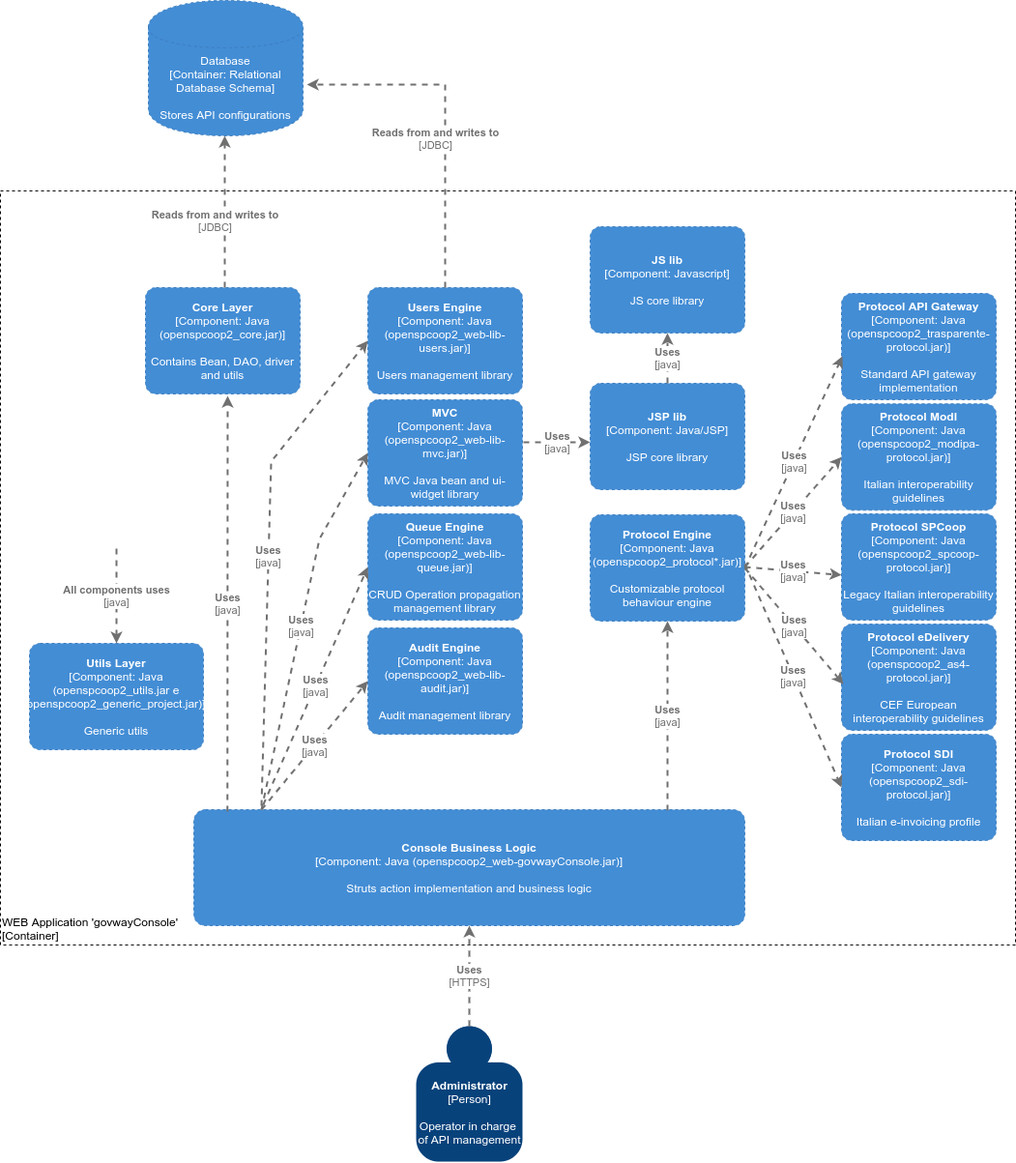
The draw.io diagram resources/doc/src/c4_architecture/img/c4_architecture-L3-govwayConsole.png in link-it/govway, before a commit. Source tidied: cells renumbered, new cells last; positions are measured from the earlier drawing's top-left corner, leaving out a move shared by most shapes.
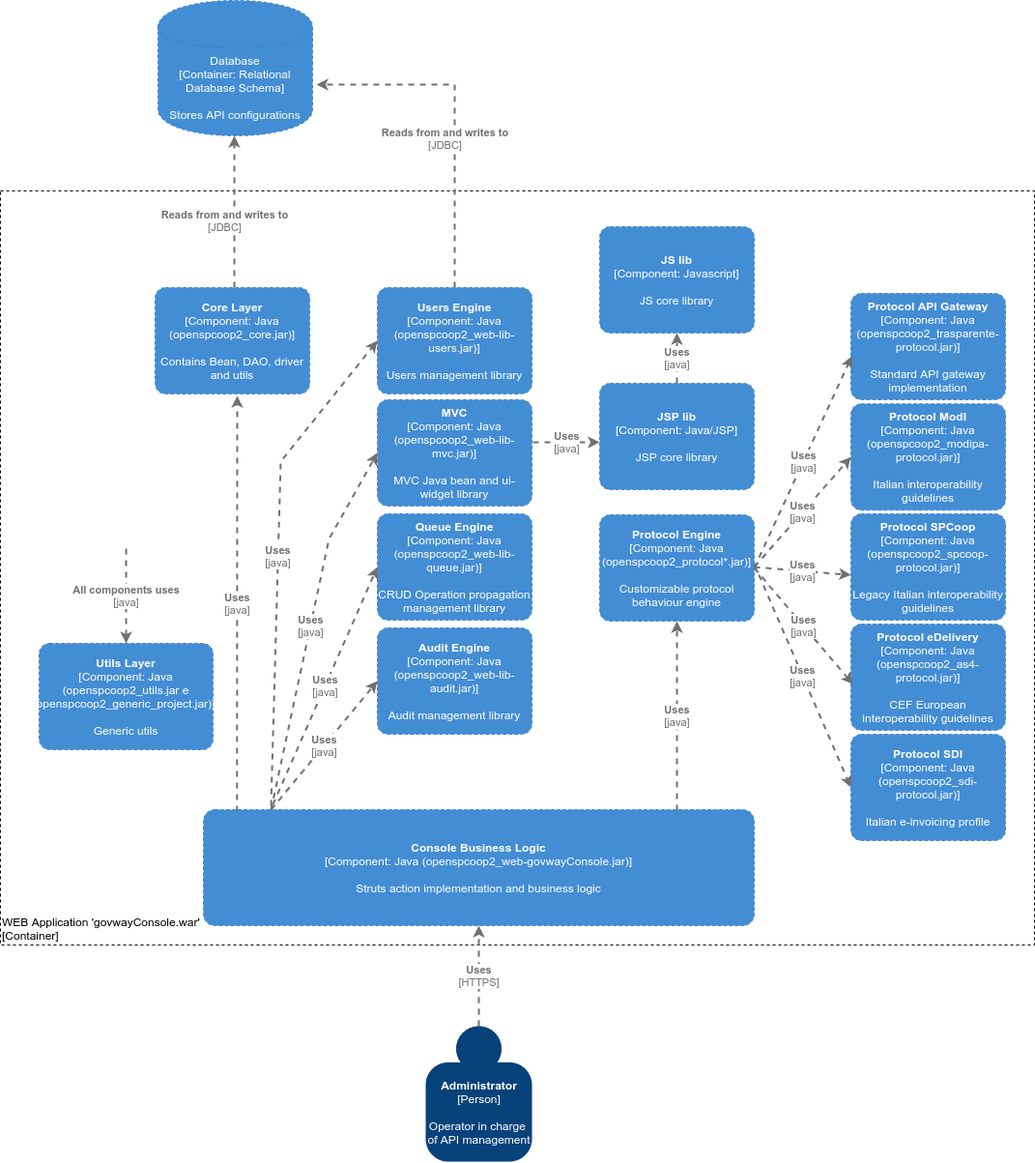
The same diagram one commit later.

The edit, as a diff of the source:
```diff
@@ -2,9 +2,9 @@
   <root>
     <mxCell id="0" />
     <mxCell id="1" parent="0" />
-    <object id="2" label="&lt;div style=&quot;text-align: left&quot;&gt;%c4Name%&lt;/div&gt;&lt;div style=&quot;text-align: left&quot;&gt;[%c4Application%]&lt;/div&gt;" c4Application="Container" c4Name="WEB Application 'govwayConsole'" c4Type="ExecutionEnvironment" placeholders="1">
+    <object id="2" label="&lt;div style=&quot;text-align: left&quot;&gt;%c4Name%&lt;/div&gt;&lt;div style=&quot;text-align: left&quot;&gt;[%c4Application%]&lt;/div&gt;" c4Application="Container" c4Name="WEB Application 'govwayConsole.war'" c4Type="ExecutionEnvironment" placeholders="1">
       <mxCell style="rounded=0;whiteSpace=wrap;html=1;labelBackgroundColor=none;fillColor=#ffffff;fontColor=#000000;align=left;arcSize=5;strokeColor=#000000;verticalAlign=bottom;metaData={&quot;c4Type&quot;:{&quot;editable&quot;:false}};dashed=1;" parent="1" vertex="1">
-        <mxGeometry y="197" width="1050" height="780" as="geometry" />
+        <mxGeometry x="-10" y="197" width="1070" height="780" as="geometry" />
       </mxCell>
     </object>
     <object id="3" label="&lt;b&gt;%c4Name%&lt;/b&gt;&lt;div&gt;[%c4Type%: %c4Technology%]&lt;/div&gt;&lt;br&gt;&lt;div&gt;%c4Description%&lt;/div&gt;" c4Description="Struts action implementation and business logic" c4Name="Console Business Logic" c4Technology="Java (openspcoop2_web-govwayConsole.jar)" c4Type="Component" placeholders="1">
```
